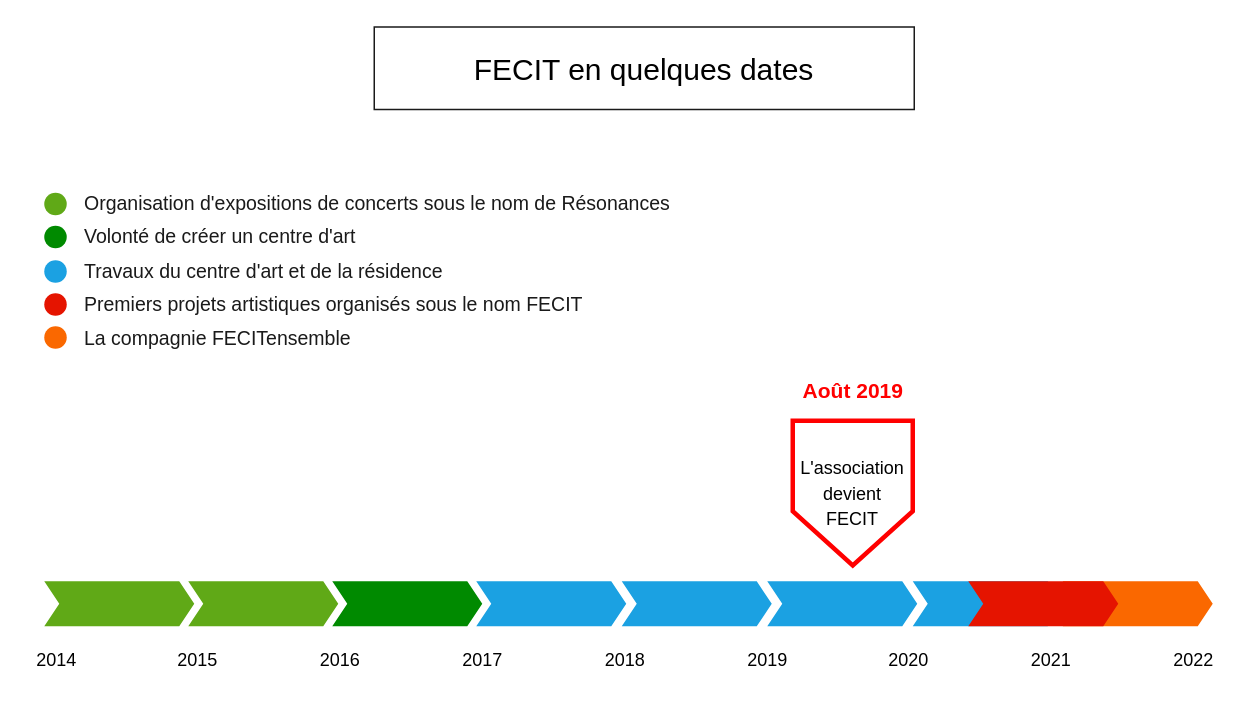
Earlier version of the draw.io diagram timeline_fecit.drawio (sebatease/cvperso). Source tidied: cells renumbered, new cells numbered last; positions are measured from the earlier drawing's top-left corner, leaving out a move shared by most shapes. Both pictures are drawn from the tidied source at 150%, with x=0, y=0 at pixel (26, 27).
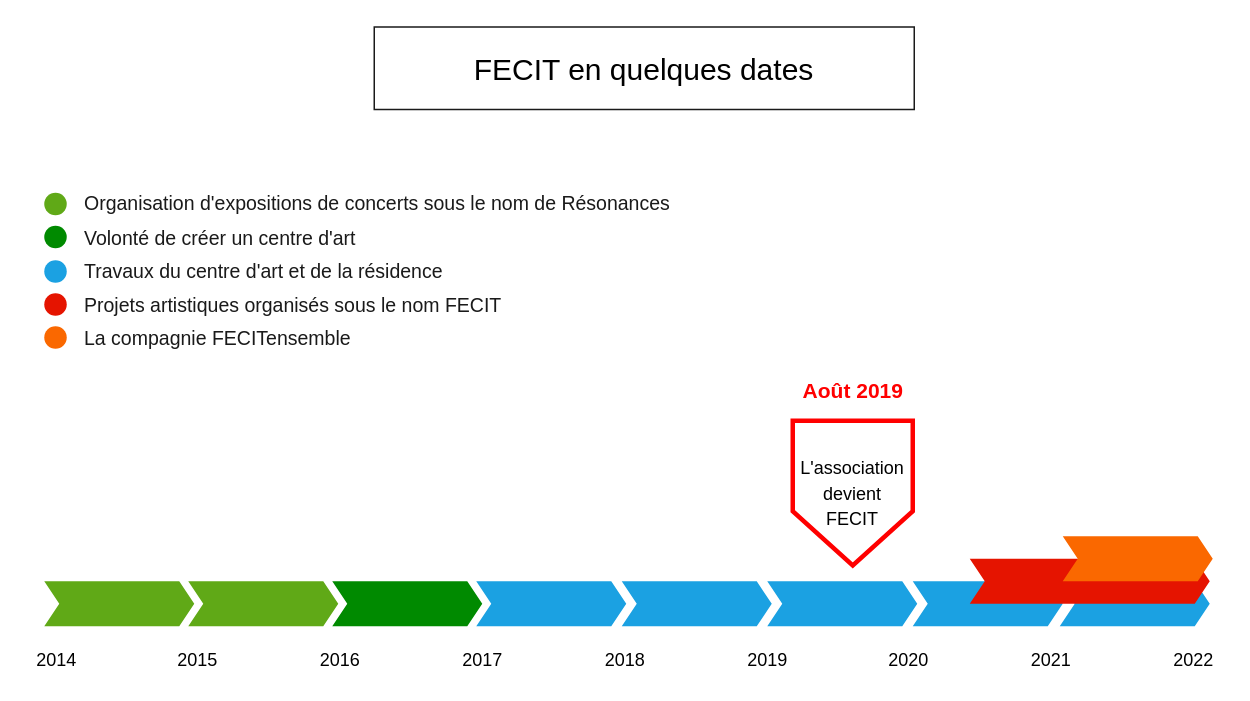
The same page after the edit.

Change to the diagram source:
```diff
@@
+    <mxCell id="35" style="html=1;shadow=0;dashed=0;align=center;verticalAlign=middle;shape=mxgraph.arrows2.arrow;dy=0;dx=10;notch=10;fontSize=14;fillColor=#1ba1e2;fontColor=#ffffff;strokeColor=none;" parent="1" vertex="1">
+      <mxGeometry x="689" y="369" width="100" height="30" as="geometry" />
+    </mxCell>
@@
-    <mxCell id="7" value="&lt;font color=&quot;#1a1a1a&quot;&gt;Premiers projets artistiques organisés sous le nom FECIT&lt;/font&gt;" style="text;html=1;strokeColor=none;fillColor=none;align=left;verticalAlign=middle;whiteSpace=wrap;rounded=0;fontSize=13;fontColor=#FF0000;flipV=1;" parent="1" vertex="1">
-      <mxGeometry x="36.5" y="169" width="351.5" height="30" as="geometry" />
+    <mxCell id="7" value="&lt;font color=&quot;#1a1a1a&quot;&gt;Projets artistiques organisés sous le nom FECIT&lt;/font&gt;" style="text;html=1;strokeColor=none;fillColor=none;align=left;verticalAlign=middle;whiteSpace=wrap;rounded=0;fontSize=13;fontColor=#FF0000;flipV=1;" parent="1" vertex="1">
+      <mxGeometry x="36.5" y="170" width="351.5" height="30" as="geometry" />
     </mxCell>
@@
     <mxCell id="9" value="&lt;font color=&quot;#1a1a1a&quot;&gt;Volonté de créer un centre d'art&lt;/font&gt;" style="text;html=1;strokeColor=none;fillColor=none;align=left;verticalAlign=middle;whiteSpace=wrap;rounded=0;fontSize=13;fontColor=#FF0000;flipV=1;" parent="1" vertex="1">
-      <mxGeometry x="36.5" y="124" width="188.5" height="30" as="geometry" />
+      <mxGeometry x="36.5" y="125" width="188.5" height="30" as="geometry" />
     </mxCell>
@@
-    <mxCell id="18" style="html=1;shadow=0;dashed=0;align=center;verticalAlign=middle;shape=mxgraph.arrows2.arrow;dy=0;dx=10;notch=10;fontSize=14;fillColor=#fa6800;fontColor=#000000;strokeColor=none;" parent="1" vertex="1">
-      <mxGeometry x="691" y="369" width="100" height="30" as="geometry" />
-    </mxCell>
@@
     <mxCell id="34" style="html=1;shadow=0;dashed=0;align=center;verticalAlign=middle;shape=mxgraph.arrows2.arrow;dy=0;dx=10;notch=10;fontSize=14;fillColor=#e51400;fontColor=#ffffff;strokeColor=none;" parent="1" vertex="1">
-      <mxGeometry x="628" y="369" width="100" height="30" as="geometry" />
+      <mxGeometry x="629" y="354" width="160" height="30" as="geometry" />
     </mxCell>
+    <mxCell id="18" style="html=1;shadow=0;dashed=0;align=center;verticalAlign=middle;shape=mxgraph.arrows2.arrow;dy=0;dx=10;notch=10;fontSize=14;fillColor=#fa6800;fontColor=#000000;strokeColor=none;" parent="1" vertex="1">
+      <mxGeometry x="691" y="339" width="100" height="30" as="geometry" />
+    </mxCell>
```
